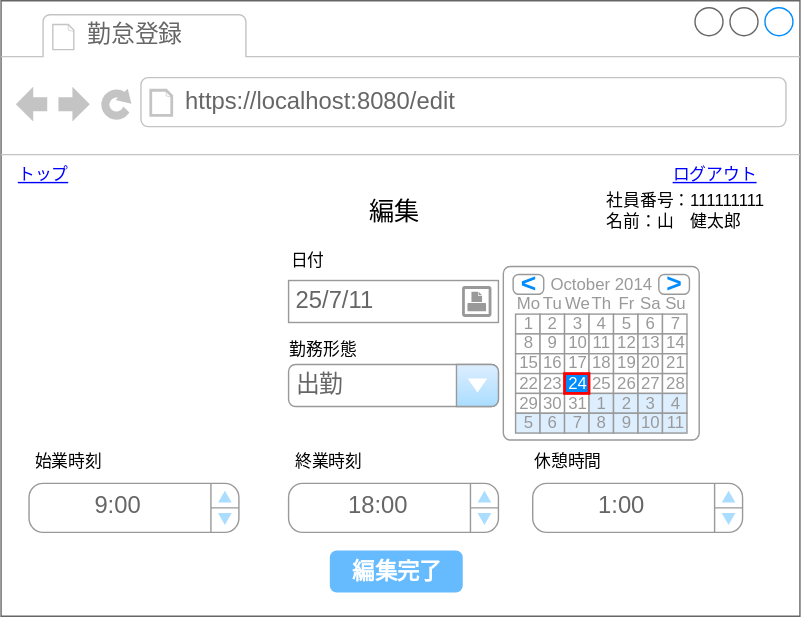
Before: 基本設計/画面設計図/22_edit.drawio.svg, a diagram exported from draw.io (ICT-Training-2026/team-project-15). Source tidied: cells renumbered, new cells last; positions are measured from the earlier drawing's top-left corner, leaving out a move shared by most shapes.
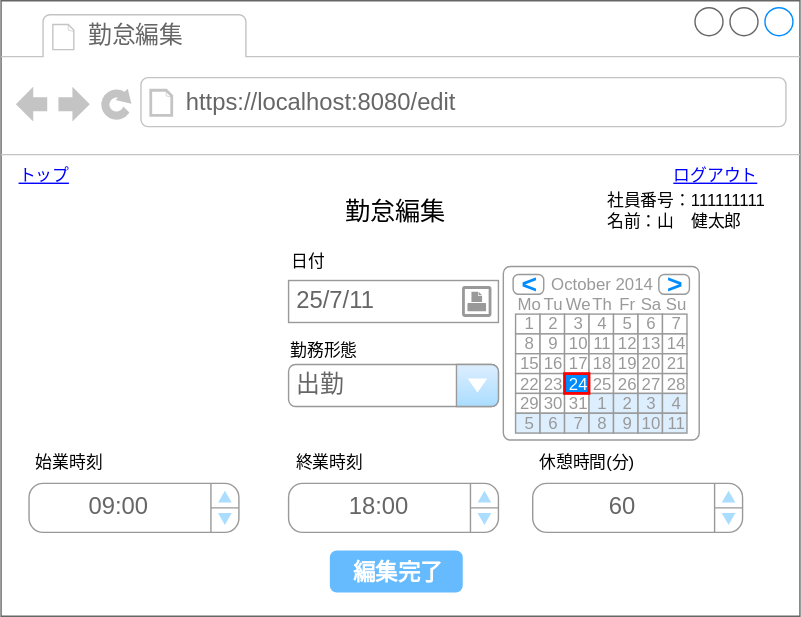
Later version of the same file.

The edit, as a diff of the source:
```diff
@@ -5,14 +5,14 @@
     <mxCell id="2" style="strokeWidth=1;shadow=0;dashed=0;align=center;html=1;shape=mxgraph.mockup.containers.browserWindow;rSize=0;strokeColor=#666666;strokeColor2=#008cff;strokeColor3=#c4c4c4;mainText=,;" parent="1" vertex="1">
       <mxGeometry width="571" height="440" as="geometry" />
     </mxCell>
-    <mxCell id="3" value="勤怠登録" style="strokeWidth=1;shadow=0;dashed=0;align=center;html=1;shape=mxgraph.mockup.containers.anchor;fontSize=17;fontColor=#666666;align=left;whiteSpace=wrap;" parent="2" vertex="1">
+    <mxCell id="3" value="勤怠編集" style="strokeWidth=1;shadow=0;dashed=0;align=center;html=1;shape=mxgraph.mockup.containers.anchor;fontSize=17;fontColor=#666666;align=left;whiteSpace=wrap;" parent="2" vertex="1">
       <mxGeometry x="60" y="12" width="110" height="26" as="geometry" />
     </mxCell>
     <mxCell id="4" value="https://localhost:8080/edit" style="strokeWidth=1;shadow=0;dashed=0;align=center;html=1;shape=mxgraph.mockup.containers.anchor;rSize=0;fontSize=17;fontColor=#666666;align=left;" parent="2" vertex="1">
       <mxGeometry x="130" y="60" width="250" height="26" as="geometry" />
     </mxCell>
-    <mxCell id="5" value="&lt;span style=&quot;font-size: 18px;&quot;&gt;編集&lt;/span&gt;" style="text;html=1;align=center;verticalAlign=middle;strokeColor=none;fillColor=none;" parent="2" vertex="1">
-      <mxGeometry x="250.5" y="131" width="60" height="40" as="geometry" />
+    <mxCell id="5" value="&lt;span style=&quot;font-size: 18px;&quot;&gt;勤怠編集&lt;/span&gt;" style="text;html=1;align=center;verticalAlign=middle;strokeColor=none;fillColor=none;" parent="2" vertex="1">
+      <mxGeometry x="230.5" y="131" width="100" height="40" as="geometry" />
     </mxCell>
     <mxCell id="6" value="25/7/11" style="strokeWidth=1;shadow=0;dashed=0;align=center;html=1;shape=mxgraph.mockup.forms.pwField;strokeColor=#999999;mainText=;align=left;fontColor=#666666;fontSize=17;spacingLeft=3;" parent="2" vertex="1">
       <mxGeometry x="205.5" y="200" width="150" height="30" as="geometry" />
@@ -32,8 +32,8 @@
     <mxCell id="11" value="終業時刻" style="text;html=1;align=center;verticalAlign=middle;strokeColor=none;fillColor=none;" parent="2" vertex="1">
       <mxGeometry x="199" y="315" width="70" height="30" as="geometry" />
     </mxCell>
-    <mxCell id="12" value="休憩時間" style="text;html=1;align=center;verticalAlign=middle;strokeColor=none;fillColor=none;fontColor=#000000;" parent="2" vertex="1">
-      <mxGeometry x="370" y="315" width="70" height="30" as="geometry" />
+    <mxCell id="12" value="休憩時間(分)" style="text;html=1;align=center;verticalAlign=middle;strokeColor=none;fillColor=none;fontColor=#000000;" parent="2" vertex="1">
+      <mxGeometry x="373" y="315" width="90" height="30" as="geometry" />
     </mxCell>
     <mxCell id="13" value="&lt;font style=&quot;color: rgb(0, 0, 255);&quot;&gt;&lt;u&gt;ログアウト&lt;/u&gt;&lt;/font&gt;" style="text;html=1;align=center;verticalAlign=middle;strokeColor=none;fillColor=none;" parent="2" vertex="1">
       <mxGeometry x="470" y="110" width="80" height="30" as="geometry" />
@@ -206,13 +206,13 @@
     <mxCell id="69" value="編集完了" style="strokeWidth=1;shadow=0;dashed=0;align=center;html=1;shape=mxgraph.mockup.forms.rrect;rSize=5;strokeColor=none;fontColor=#ffffff;fillColor=#66bbff;fontSize=16;fontStyle=1;" parent="2" vertex="1">
       <mxGeometry x="235" y="393" width="95" height="30" as="geometry" />
     </mxCell>
-    <mxCell id="70" value="&lt;table cellpadding=&quot;0&quot; cellspacing=&quot;0&quot; style=&quot;width:100%;height:100%;&quot;&gt;&lt;tbody&gt;&lt;tr&gt;&lt;td style=&quot;width:85%&quot;&gt;1:00&lt;/td&gt;&lt;td style=&quot;width:15%&quot;&gt;&lt;/td&gt;&lt;/tr&gt;&lt;/tbody&gt;&lt;/table&gt;" style="strokeWidth=1;shadow=0;dashed=0;align=center;html=1;shape=mxgraph.mockup.forms.spinner;strokeColor=#999999;spinLayout=right;spinStyle=normal;adjStyle=triangle;fillColor=#aaddff;fontSize=17;fontColor=#666666;mainText=;html=1;overflow=fill;" parent="2" vertex="1">
+    <mxCell id="70" value="&lt;table cellpadding=&quot;0&quot; cellspacing=&quot;0&quot; style=&quot;width:100%;height:100%;&quot;&gt;&lt;tbody&gt;&lt;tr&gt;&lt;td style=&quot;width:85%&quot;&gt;60&lt;/td&gt;&lt;td style=&quot;width:15%&quot;&gt;&lt;/td&gt;&lt;/tr&gt;&lt;/tbody&gt;&lt;/table&gt;" style="strokeWidth=1;shadow=0;dashed=0;align=center;html=1;shape=mxgraph.mockup.forms.spinner;strokeColor=#999999;spinLayout=right;spinStyle=normal;adjStyle=triangle;fillColor=#aaddff;fontSize=17;fontColor=#666666;mainText=;html=1;overflow=fill;" parent="2" vertex="1">
       <mxGeometry x="380" y="345" width="150" height="35" as="geometry" />
     </mxCell>
     <mxCell id="71" value="&lt;table cellpadding=&quot;0&quot; cellspacing=&quot;0&quot; style=&quot;width:100%;height:100%;&quot;&gt;&lt;tbody&gt;&lt;tr&gt;&lt;td style=&quot;width:85%&quot;&gt;18:00&lt;/td&gt;&lt;td style=&quot;width:15%&quot;&gt;&lt;/td&gt;&lt;/tr&gt;&lt;/tbody&gt;&lt;/table&gt;" style="strokeWidth=1;shadow=0;dashed=0;align=center;html=1;shape=mxgraph.mockup.forms.spinner;strokeColor=#999999;spinLayout=right;spinStyle=normal;adjStyle=triangle;fillColor=#aaddff;fontSize=17;fontColor=#666666;mainText=;html=1;overflow=fill;" parent="2" vertex="1">
       <mxGeometry x="205.5" y="345" width="150" height="35" as="geometry" />
     </mxCell>
-    <mxCell id="72" value="&lt;table cellpadding=&quot;0&quot; cellspacing=&quot;0&quot; style=&quot;width:100%;height:100%;&quot;&gt;&lt;tbody&gt;&lt;tr&gt;&lt;td style=&quot;width:85%&quot;&gt;9:00&lt;/td&gt;&lt;td style=&quot;width:15%&quot;&gt;&lt;/td&gt;&lt;/tr&gt;&lt;/tbody&gt;&lt;/table&gt;" style="strokeWidth=1;shadow=0;dashed=0;align=center;html=1;shape=mxgraph.mockup.forms.spinner;strokeColor=#999999;spinLayout=right;spinStyle=normal;adjStyle=triangle;fillColor=#aaddff;fontSize=17;fontColor=#666666;mainText=;html=1;overflow=fill;" parent="2" vertex="1">
+    <mxCell id="72" value="&lt;table cellpadding=&quot;0&quot; cellspacing=&quot;0&quot; style=&quot;width:100%;height:100%;&quot;&gt;&lt;tbody&gt;&lt;tr&gt;&lt;td style=&quot;width:85%&quot;&gt;09:00&lt;/td&gt;&lt;td style=&quot;width:15%&quot;&gt;&lt;/td&gt;&lt;/tr&gt;&lt;/tbody&gt;&lt;/table&gt;" style="strokeWidth=1;shadow=0;dashed=0;align=center;html=1;shape=mxgraph.mockup.forms.spinner;strokeColor=#999999;spinLayout=right;spinStyle=normal;adjStyle=triangle;fillColor=#aaddff;fontSize=17;fontColor=#666666;mainText=;html=1;overflow=fill;" parent="2" vertex="1">
       <mxGeometry x="20" y="345" width="150" height="35" as="geometry" />
     </mxCell>
     <mxCell id="73" style="strokeColor=#999999;verticalLabelPosition=bottom;shadow=0;dashed=0;verticalAlign=top;strokeWidth=2;html=1;shape=mxgraph.mockup.misc.printIcon;" parent="2" vertex="1">
```
